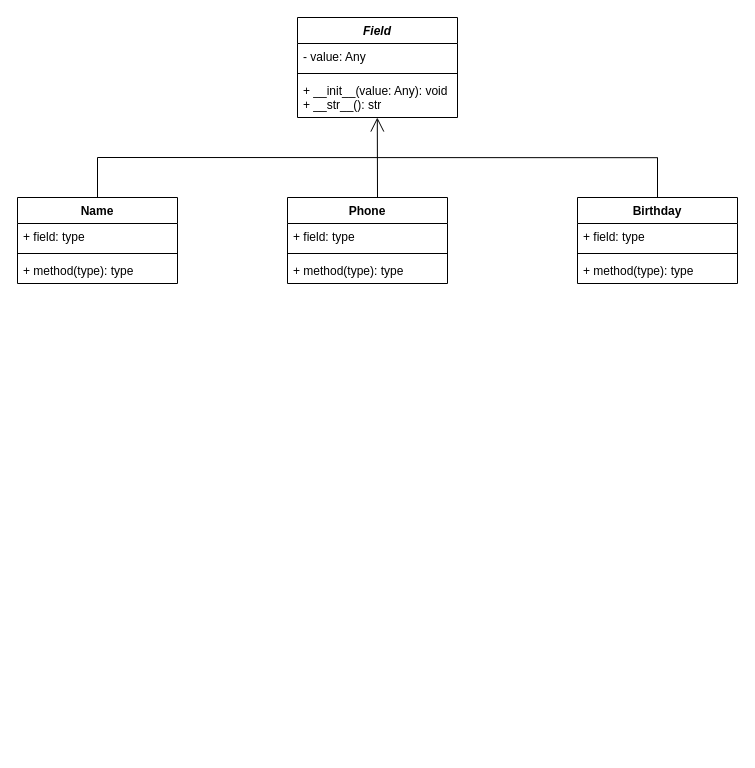
This is Diagram bez tytułu.drawio from BartoszKrus/homework-12, a draw.io file, before an edit. Source tidied: cells renumbered, new cells numbered last; positions are measured from the earlier drawing's top-left corner, leaving out a move shared by most shapes. Both pictures are drawn from the tidied source at 100%, with x=0, y=0 at pixel (17, 17).
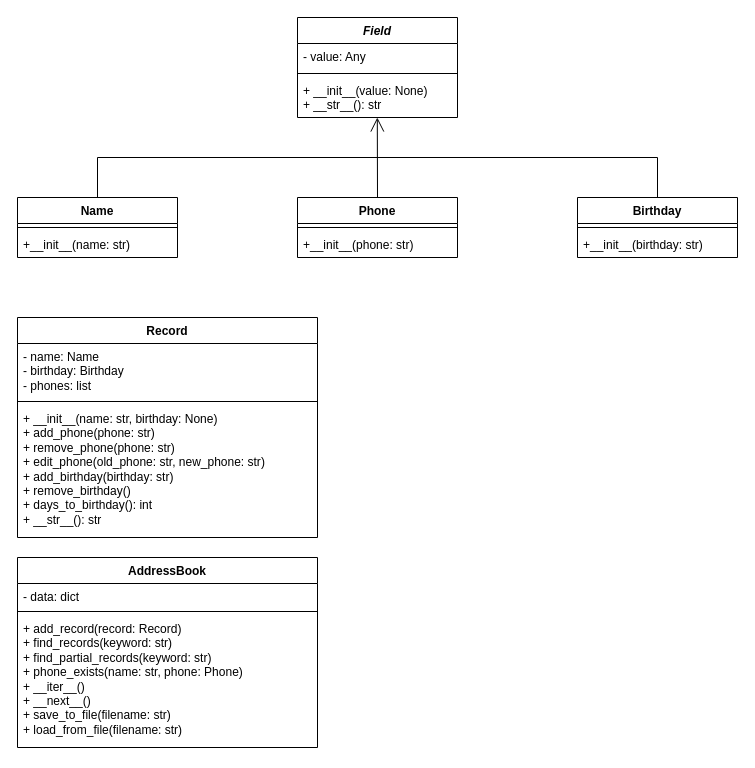
The same diagram, later.

The change refers to these unchanged cells:
```xml
<mxCell id="2" value="&lt;i&gt;Field&lt;/i&gt;" style="swimlane;fontStyle=1;align=center;verticalAlign=top;horizontal=1;startSize=26;whiteSpace=wrap;html=1;" parent="1" vertex="1">
  <mxGeometry x="280" width="160" height="100" as="geometry" />
</mxCell>
```

Diff of the diagram source:
```diff
@@
-    <mxCell id="5" value="+ __init__(value: Any): void&lt;div&gt;+ __str__(): str&lt;/div&gt;" style="text;strokeColor=none;fillColor=none;align=left;verticalAlign=top;spacingLeft=4;spacingRight=4;overflow=hidden;whiteSpace=wrap;html=1;" parent="2" vertex="1">
+    <mxCell id="5" value="+ __init__(value: None)&lt;div&gt;+ __str__(): str&lt;/div&gt;" style="text;strokeColor=none;fillColor=none;align=left;verticalAlign=top;spacingLeft=4;spacingRight=4;overflow=hidden;whiteSpace=wrap;html=1;" parent="2" vertex="1">
       <mxGeometry y="60" width="160" height="40" as="geometry" />
     </mxCell>
-    <mxCell id="6" style="endArrow=none;html=1;rounded=0;entryX=0.805;entryY=0.17;entryDx=0;entryDy=0;entryPerimeter=0;" parent="2" edge="1">
-      <mxGeometry relative="1" as="geometry">
-        <mxPoint x="-200" y="140" as="sourcePoint" />
-        <mxPoint x="360.1" y="140.2" as="targetPoint" />
-      </mxGeometry>
-    </mxCell>
@@
-    <mxCell id="8" style="endArrow=none;html=1;rounded=0;" parent="1" edge="1">
-      <mxGeometry relative="1" as="geometry">
-        <mxPoint x="80" y="180" as="sourcePoint" />
-        <mxPoint x="80" y="140" as="targetPoint" />
-      </mxGeometry>
-    </mxCell>
-    <mxCell id="9" style="endArrow=none;html=1;rounded=0;" parent="1" edge="1">
-      <mxGeometry relative="1" as="geometry">
-        <mxPoint x="640" y="180" as="sourcePoint" />
-        <mxPoint x="640" y="140" as="targetPoint" />
-      </mxGeometry>
-    </mxCell>
+    <mxCell id="22" style="endArrow=none;html=1;rounded=0;" parent="1" edge="1">
+      <mxGeometry relative="1" as="geometry">
+        <mxPoint x="80" y="180" as="sourcePoint" />
+        <mxPoint x="640" y="180" as="targetPoint" />
+        <Array as="points">
+          <mxPoint x="80" y="140" />
+          <mxPoint x="640" y="140" />
+        </Array>
+      </mxGeometry>
+    </mxCell>
     <mxCell id="10" value="Name" style="swimlane;fontStyle=1;align=center;verticalAlign=top;horizontal=1;startSize=26;whiteSpace=wrap;html=1;" parent="1" vertex="1">
-      <mxGeometry y="180" width="160" height="86" as="geometry" />
+      <mxGeometry y="180" width="160" height="60" as="geometry" />
     </mxCell>
-    <mxCell id="11" value="+ field: type" style="text;strokeColor=none;fillColor=none;align=left;verticalAlign=top;spacingLeft=4;spacingRight=4;overflow=hidden;whiteSpace=wrap;html=1;" parent="10" vertex="1">
-      <mxGeometry y="26" width="160" height="26" as="geometry" />
-    </mxCell>
-    <mxCell id="12" style="line;strokeWidth=1;fillColor=none;align=left;verticalAlign=middle;spacingTop=-1;spacingLeft=3;spacingRight=3;labelPosition=right;strokeColor=inherit;" parent="10" vertex="1">
-      <mxGeometry y="52" width="160" height="8" as="geometry" />
-    </mxCell>
-    <mxCell id="13" value="+ method(type): type" style="text;strokeColor=none;fillColor=none;align=left;verticalAlign=top;spacingLeft=4;spacingRight=4;overflow=hidden;whiteSpace=wrap;html=1;" parent="10" vertex="1">
-      <mxGeometry y="60" width="160" height="26" as="geometry" />
-    </mxCell>
+    <mxCell id="23" style="line;strokeWidth=1;fillColor=none;align=left;verticalAlign=middle;spacingTop=-1;spacingLeft=3;spacingRight=3;labelPosition=right;strokeColor=inherit;" parent="10" vertex="1">
+      <mxGeometry y="26" width="160" height="8" as="geometry" />
+    </mxCell>
+    <mxCell id="24" value="+__init__(name: str)" style="text;strokeColor=none;fillColor=none;align=left;verticalAlign=top;spacingLeft=4;spacingRight=4;overflow=hidden;whiteSpace=wrap;html=1;" parent="10" vertex="1">
+      <mxGeometry y="34" width="160" height="26" as="geometry" />
+    </mxCell>
     <mxCell id="14" value="Phone" style="swimlane;fontStyle=1;align=center;verticalAlign=top;horizontal=1;startSize=26;whiteSpace=wrap;html=1;" parent="1" vertex="1">
-      <mxGeometry x="270" y="180" width="160" height="86" as="geometry" />
+      <mxGeometry x="280" y="180" width="160" height="60" as="geometry" />
     </mxCell>
-    <mxCell id="15" value="+ field: type" style="text;strokeColor=none;fillColor=none;align=left;verticalAlign=top;spacingLeft=4;spacingRight=4;overflow=hidden;whiteSpace=wrap;html=1;" parent="14" vertex="1">
-      <mxGeometry y="26" width="160" height="26" as="geometry" />
-    </mxCell>
-    <mxCell id="16" style="line;strokeWidth=1;fillColor=none;align=left;verticalAlign=middle;spacingTop=-1;spacingLeft=3;spacingRight=3;labelPosition=right;strokeColor=inherit;" parent="14" vertex="1">
-      <mxGeometry y="52" width="160" height="8" as="geometry" />
-    </mxCell>
-    <mxCell id="17" value="+ method(type): type" style="text;strokeColor=none;fillColor=none;align=left;verticalAlign=top;spacingLeft=4;spacingRight=4;overflow=hidden;whiteSpace=wrap;html=1;" parent="14" vertex="1">
-      <mxGeometry y="60" width="160" height="26" as="geometry" />
-    </mxCell>
+    <mxCell id="25" style="line;strokeWidth=1;fillColor=none;align=left;verticalAlign=middle;spacingTop=-1;spacingLeft=3;spacingRight=3;labelPosition=right;strokeColor=inherit;" parent="14" vertex="1">
+      <mxGeometry y="26" width="160" height="8" as="geometry" />
+    </mxCell>
+    <mxCell id="26" value="+__init__(phone: str)" style="text;strokeColor=none;fillColor=none;align=left;verticalAlign=top;spacingLeft=4;spacingRight=4;overflow=hidden;whiteSpace=wrap;html=1;" parent="14" vertex="1">
+      <mxGeometry y="34" width="160" height="26" as="geometry" />
+    </mxCell>
     <mxCell id="18" value="Birthday" style="swimlane;fontStyle=1;align=center;verticalAlign=top;horizontal=1;startSize=26;whiteSpace=wrap;html=1;" parent="1" vertex="1">
-      <mxGeometry x="560" y="180" width="160" height="86" as="geometry" />
+      <mxGeometry x="560" y="180" width="160" height="60" as="geometry" />
     </mxCell>
-    <mxCell id="19" value="+ field: type" style="text;strokeColor=none;fillColor=none;align=left;verticalAlign=top;spacingLeft=4;spacingRight=4;overflow=hidden;whiteSpace=wrap;html=1;" parent="18" vertex="1">
-      <mxGeometry y="26" width="160" height="26" as="geometry" />
-    </mxCell>
-    <mxCell id="20" style="line;strokeWidth=1;fillColor=none;align=left;verticalAlign=middle;spacingTop=-1;spacingLeft=3;spacingRight=3;labelPosition=right;strokeColor=inherit;" parent="18" vertex="1">
-      <mxGeometry y="52" width="160" height="8" as="geometry" />
-    </mxCell>
-    <mxCell id="21" value="+ method(type): type" style="text;strokeColor=none;fillColor=none;align=left;verticalAlign=top;spacingLeft=4;spacingRight=4;overflow=hidden;whiteSpace=wrap;html=1;" parent="18" vertex="1">
-      <mxGeometry y="60" width="160" height="26" as="geometry" />
-    </mxCell>
+    <mxCell id="27" style="line;strokeWidth=1;fillColor=none;align=left;verticalAlign=middle;spacingTop=-1;spacingLeft=3;spacingRight=3;labelPosition=right;strokeColor=inherit;" parent="18" vertex="1">
+      <mxGeometry y="26" width="160" height="8" as="geometry" />
+    </mxCell>
+    <mxCell id="28" value="+__init__(birthday: str)" style="text;strokeColor=none;fillColor=none;align=left;verticalAlign=top;spacingLeft=4;spacingRight=4;overflow=hidden;whiteSpace=wrap;html=1;" parent="18" vertex="1">
+      <mxGeometry y="34" width="160" height="26" as="geometry" />
+    </mxCell>
+    <mxCell id="29" value="Record" style="swimlane;fontStyle=1;align=center;verticalAlign=top;horizontal=1;startSize=26;whiteSpace=wrap;html=1;" parent="1" vertex="1">
+      <mxGeometry y="300" width="300" height="220" as="geometry" />
+    </mxCell>
+    <mxCell id="30" value="- name: Name&lt;div&gt;&lt;div&gt;- birthday: Birthday&lt;/div&gt;&lt;/div&gt;&lt;div&gt;- phones: list&lt;/div&gt;" style="text;strokeColor=none;fillColor=none;align=left;verticalAlign=top;spacingLeft=4;spacingRight=4;overflow=hidden;whiteSpace=wrap;html=1;" parent="29" vertex="1">
+      <mxGeometry y="26" width="300" height="54" as="geometry" />
+    </mxCell>
+    <mxCell id="31" style="line;strokeWidth=1;fillColor=none;align=left;verticalAlign=middle;spacingTop=-1;spacingLeft=3;spacingRight=3;labelPosition=right;strokeColor=inherit;" parent="29" vertex="1">
+      <mxGeometry y="80" width="300" height="8" as="geometry" />
+    </mxCell>
+    <mxCell id="32" value="+ __init__(name: str, birthday: None)&lt;div&gt;+ add_phone(phone: str)&lt;/div&gt;&lt;div&gt;+ remove_phone&lt;span style=&quot;background-color: initial;&quot;&gt;(phone:&amp;nbsp;&lt;/span&gt;str&lt;span style=&quot;background-color: initial;&quot;&gt;)&lt;/span&gt;&lt;/div&gt;&lt;div&gt;&lt;span style=&quot;background-color: initial;&quot;&gt;+ edit_phone(old_phone: str&lt;/span&gt;&lt;span style=&quot;background-color: initial;&quot;&gt;, new_phone:&amp;nbsp;&lt;/span&gt;str&lt;span style=&quot;background-color: initial;&quot;&gt;)&lt;/span&gt;&lt;/div&gt;&lt;div&gt;&lt;span style=&quot;background-color: initial;&quot;&gt;+ add_birthday(birthday: str)&lt;/span&gt;&lt;/div&gt;&lt;div&gt;&lt;span style=&quot;background-color: initial;&quot;&gt;+ remove_birthday()&lt;/span&gt;&lt;/div&gt;&lt;div&gt;&lt;span style=&quot;background-color: initial;&quot;&gt;+ days_to_birthday(): int&lt;/span&gt;&lt;/div&gt;&lt;div&gt;&lt;span style=&quot;background-color: initial;&quot;&gt;+ __str__(): str&lt;/span&gt;&lt;/div&gt;" style="text;strokeColor=none;fillColor=none;align=left;verticalAlign=top;spacingLeft=4;spacingRight=4;overflow=hidden;whiteSpace=wrap;html=1;" parent="29" vertex="1">
+      <mxGeometry y="88" width="300" height="132" as="geometry" />
+    </mxCell>
+    <mxCell id="33" value="AddressBook" style="swimlane;fontStyle=1;align=center;verticalAlign=top;horizontal=1;startSize=26;whiteSpace=wrap;html=1;" parent="1" vertex="1">
+      <mxGeometry y="540" width="300" height="190" as="geometry" />
+    </mxCell>
+    <mxCell id="34" value="- data: dict" style="text;strokeColor=none;fillColor=none;align=left;verticalAlign=top;spacingLeft=4;spacingRight=4;overflow=hidden;whiteSpace=wrap;html=1;" parent="33" vertex="1">
+      <mxGeometry y="26" width="300" height="24" as="geometry" />
+    </mxCell>
+    <mxCell id="35" style="line;strokeWidth=1;fillColor=none;align=left;verticalAlign=middle;spacingTop=-1;spacingLeft=3;spacingRight=3;labelPosition=right;strokeColor=inherit;" parent="33" vertex="1">
+      <mxGeometry y="50" width="300" height="8" as="geometry" />
+    </mxCell>
+    <mxCell id="36" value="+ add_record(record: Record)&lt;div&gt;+ find_records(keyword: str)&lt;/div&gt;&lt;div&gt;+ find_partial_records(keyword: str)&lt;/div&gt;&lt;div&gt;+ phone_exists(name: str, phone: Phone)&lt;/div&gt;&lt;div&gt;+ __iter__()&lt;/div&gt;&lt;div&gt;+ __next__()&lt;/div&gt;&lt;div&gt;+ save_to_file(filename: str)&lt;/div&gt;&lt;div&gt;+ load_from_file(filename: str)&lt;/div&gt;" style="text;strokeColor=none;fillColor=none;align=left;verticalAlign=top;spacingLeft=4;spacingRight=4;overflow=hidden;whiteSpace=wrap;html=1;" parent="33" vertex="1">
+      <mxGeometry y="58" width="300" height="132" as="geometry" />
+    </mxCell>
```
